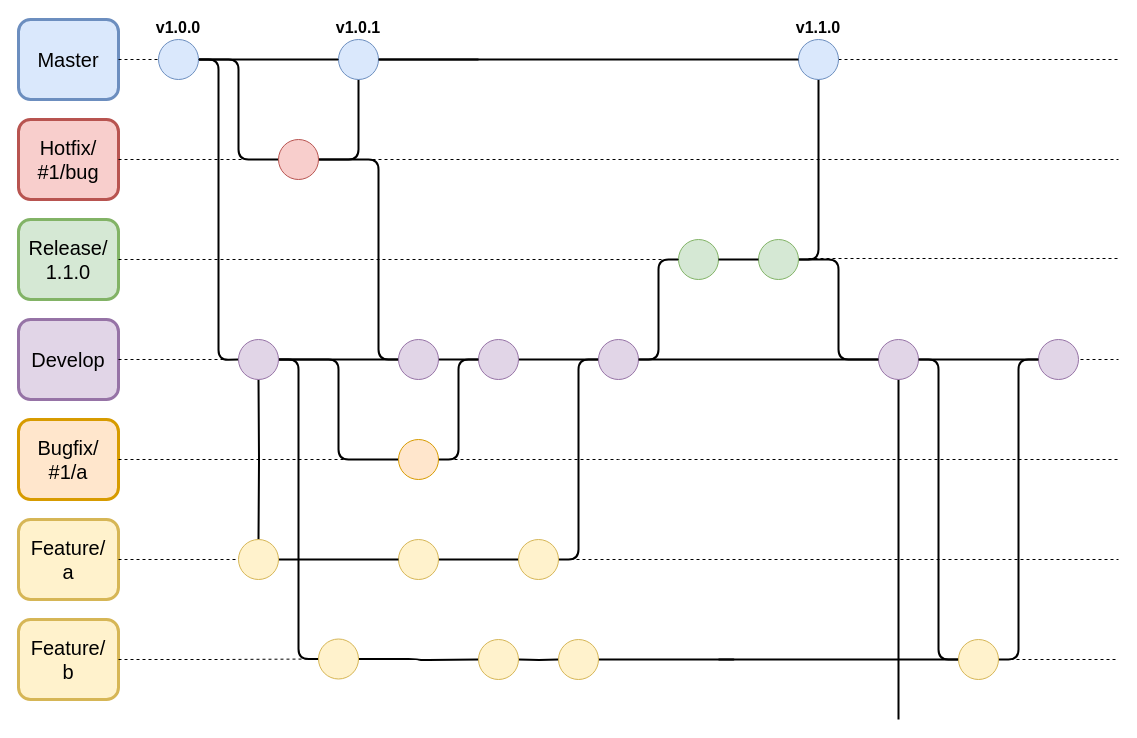
Above: src/gitflow.drawio in LCluber/LeadDevToolkit (draw.io), before the change. Source tidied: cells renumbered, new cells numbered last; positions are measured from the earlier drawing's top-left corner, leaving out a move shared by most shapes. Both pictures are drawn from the tidied source at 100%, with x=0, y=0 at pixel (18, 17).
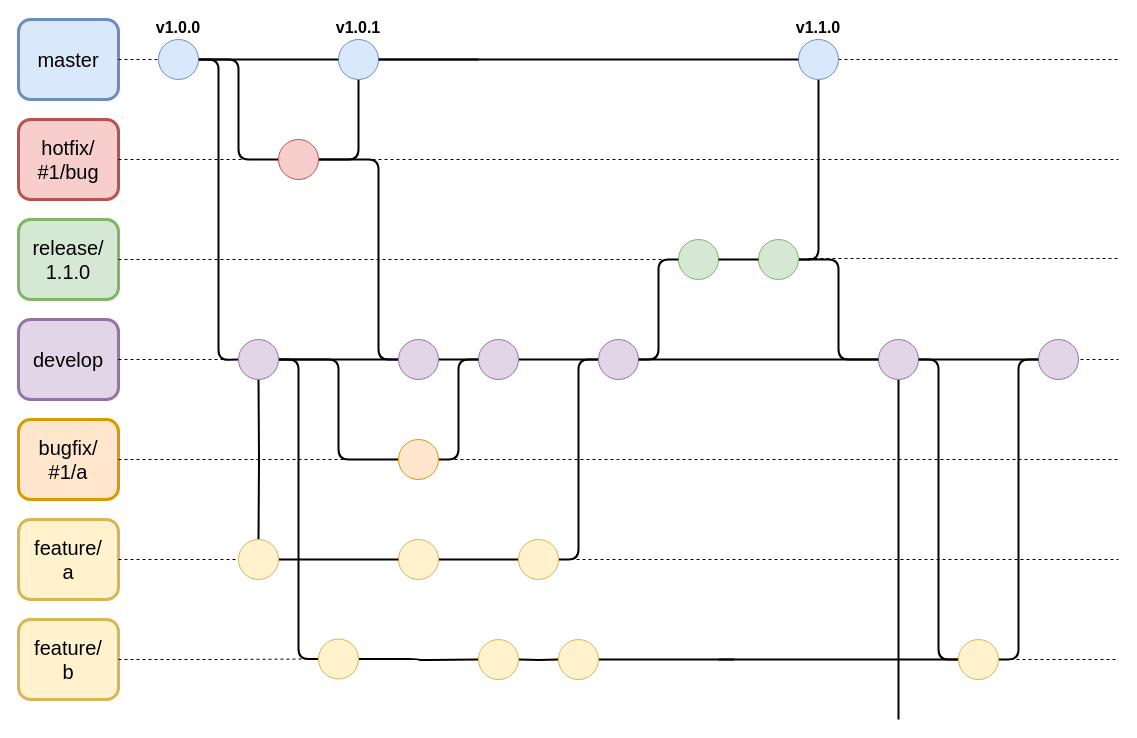
The same page after the edit.

Commit message (it also covers changes not shown here):
fixed gitflow chart

Diff of the diagram source:
```diff
@@
-    <mxCell id="7" value="Master" style="shape=ext;rounded=1;html=1;whiteSpace=wrap;strokeWidth=3;fontSize=20;fillColor=#dae8fc;strokeColor=#6c8ebf;" parent="1" vertex="1">
+    <mxCell id="7" value="master" style="shape=ext;rounded=1;html=1;whiteSpace=wrap;strokeWidth=3;fontSize=20;fillColor=#dae8fc;strokeColor=#6c8ebf;" parent="1" vertex="1">
       <mxGeometry y="2" width="100" height="80" as="geometry" />
     </mxCell>
-    <mxCell id="8" value="&lt;font style=&quot;font-size: 20px&quot;&gt;Hotfix/&lt;br&gt;#1/bug&lt;/font&gt;" style="shape=ext;rounded=1;html=1;whiteSpace=wrap;strokeWidth=3;fillColor=#f8cecc;strokeColor=#b85450;" parent="1" vertex="1">
+    <mxCell id="8" value="&lt;font style=&quot;font-size: 20px&quot;&gt;hotfix/&lt;br&gt;#1/bug&lt;/font&gt;" style="shape=ext;rounded=1;html=1;whiteSpace=wrap;strokeWidth=3;fillColor=#f8cecc;strokeColor=#b85450;" parent="1" vertex="1">
       <mxGeometry y="102" width="100" height="80" as="geometry" />
     </mxCell>
-    <mxCell id="9" value="&lt;font style=&quot;font-size: 20px&quot;&gt;Release/&lt;br&gt;1.1.0&lt;/font&gt;" style="shape=ext;rounded=1;html=1;whiteSpace=wrap;strokeWidth=3;fillColor=#d5e8d4;strokeColor=#82b366;" parent="1" vertex="1">
+    <mxCell id="9" value="&lt;font style=&quot;font-size: 20px&quot;&gt;release/&lt;br&gt;1.1.0&lt;/font&gt;" style="shape=ext;rounded=1;html=1;whiteSpace=wrap;strokeWidth=3;fillColor=#d5e8d4;strokeColor=#82b366;" parent="1" vertex="1">
       <mxGeometry y="202" width="100" height="80" as="geometry" />
     </mxCell>
-    <mxCell id="10" value="&lt;font style=&quot;font-size: 20px&quot;&gt;Develop&lt;/font&gt;" style="shape=ext;rounded=1;html=1;whiteSpace=wrap;strokeWidth=3;fillColor=#e1d5e7;strokeColor=#9673a6;" parent="1" vertex="1">
+    <mxCell id="10" value="&lt;font style=&quot;font-size: 20px&quot;&gt;develop&lt;/font&gt;" style="shape=ext;rounded=1;html=1;whiteSpace=wrap;strokeWidth=3;fillColor=#e1d5e7;strokeColor=#9673a6;" parent="1" vertex="1">
       <mxGeometry y="302" width="100" height="80" as="geometry" />
     </mxCell>
-    <mxCell id="11" value="&lt;font style=&quot;font-size: 20px&quot;&gt;Feature/&lt;br&gt;a&lt;br&gt;&lt;/font&gt;" style="shape=ext;rounded=1;html=1;whiteSpace=wrap;strokeWidth=3;fillColor=#fff2cc;strokeColor=#d6b656;" parent="1" vertex="1">
+    <mxCell id="11" value="&lt;font style=&quot;font-size: 20px&quot;&gt;feature/&lt;br&gt;a&lt;br&gt;&lt;/font&gt;" style="shape=ext;rounded=1;html=1;whiteSpace=wrap;strokeWidth=3;fillColor=#fff2cc;strokeColor=#d6b656;" parent="1" vertex="1">
       <mxGeometry y="502" width="100" height="80" as="geometry" />
     </mxCell>
-    <mxCell id="12" value="&lt;span style=&quot;font-size: 20px&quot;&gt;Feature/&lt;br&gt;b&lt;br&gt;&lt;/span&gt;" style="shape=ext;rounded=1;html=1;whiteSpace=wrap;strokeWidth=3;fillColor=#fff2cc;strokeColor=#d6b656;" parent="1" vertex="1">
+    <mxCell id="12" value="&lt;span style=&quot;font-size: 20px&quot;&gt;feature/&lt;br&gt;b&lt;br&gt;&lt;/span&gt;" style="shape=ext;rounded=1;html=1;whiteSpace=wrap;strokeWidth=3;fillColor=#fff2cc;strokeColor=#d6b656;" parent="1" vertex="1">
       <mxGeometry y="602" width="100" height="80" as="geometry" />
     </mxCell>
@@
-    <mxCell id="57" value="&lt;font style=&quot;font-size: 20px&quot;&gt;Bugfix/&lt;br&gt;#1/a&lt;br&gt;&lt;/font&gt;" style="shape=ext;rounded=1;html=1;whiteSpace=wrap;strokeWidth=3;fillColor=#ffe6cc;strokeColor=#d79b00;" parent="1" vertex="1">
+    <mxCell id="57" value="&lt;font style=&quot;font-size: 20px&quot;&gt;bugfix/&lt;br&gt;#1/a&lt;br&gt;&lt;/font&gt;" style="shape=ext;rounded=1;html=1;whiteSpace=wrap;strokeWidth=3;fillColor=#ffe6cc;strokeColor=#d79b00;" parent="1" vertex="1">
       <mxGeometry y="402" width="100" height="80" as="geometry" />
     </mxCell>
```
